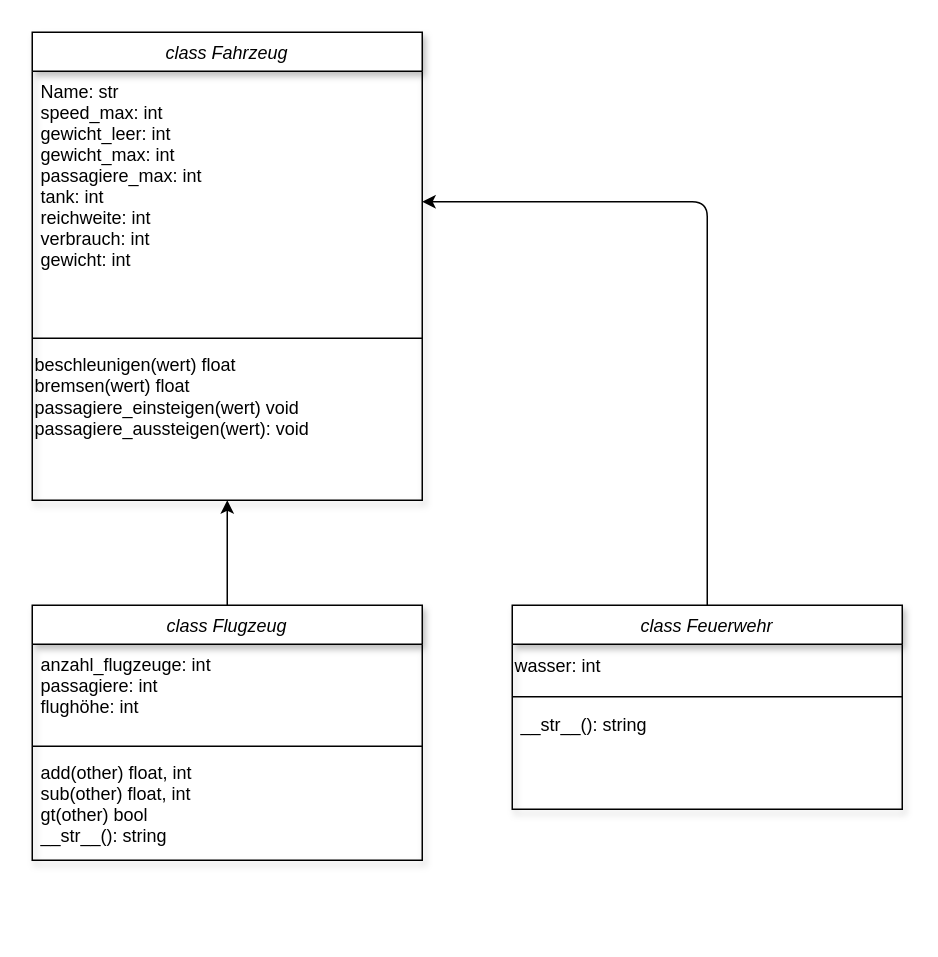
Earlier version of the draw.io diagram page "Flugzeug" (1 of 2) of Klassendiagramm.drawio (sstreichan/ProjektFlugzeug). Source tidied: cells renumbered, new cells numbered last; positions are measured from the earlier drawing's top-left corner, leaving out a move shared by most shapes. Both pictures are drawn from the tidied source at 150%, with x=0, y=0 at pixel (32, 32).
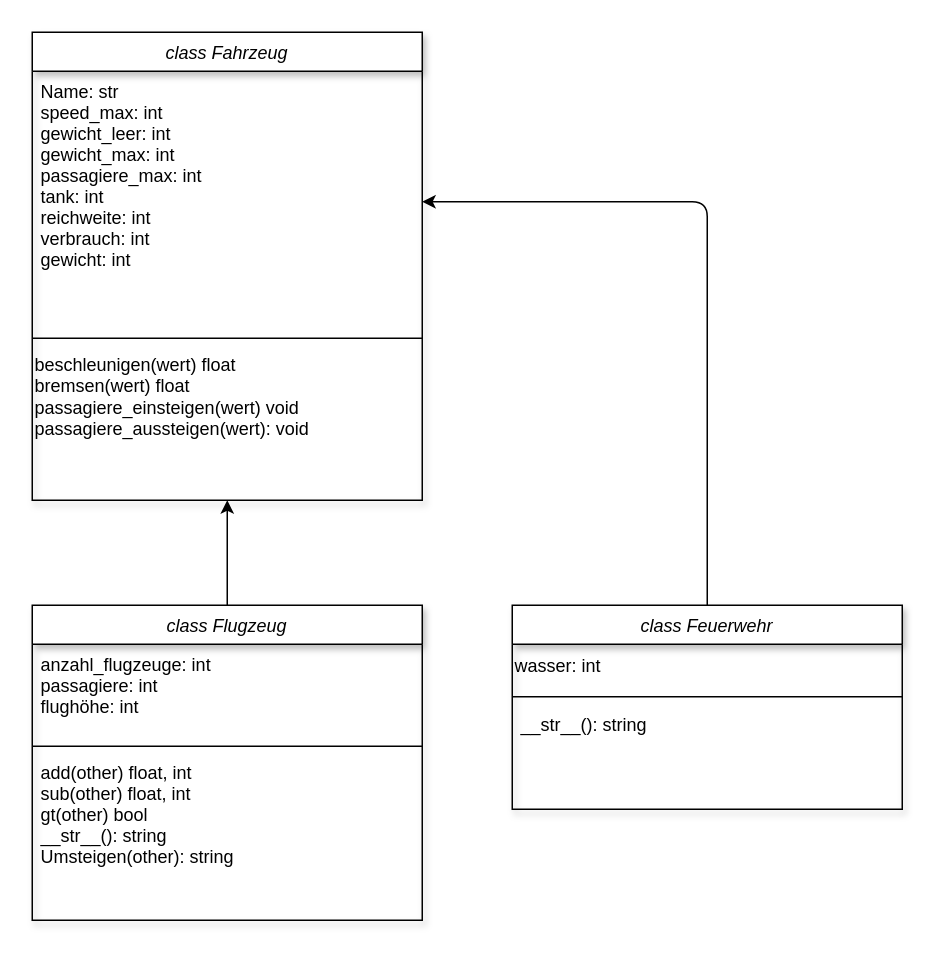
After the change.

Commit message (it also covers changes not shown here):
aussteigen/umsteigen vorbereitet.

What changed in the source:
```diff
@@
 <mxGraphModel>
   <root>
     <mxCell id="0" />
     <mxCell id="1" parent="0" />
     <mxCell id="2" style="edgeStyle=none;html=1;entryX=0.5;entryY=1;entryDx=0;entryDy=0;" parent="1" edge="1" source="3" target="7">
       <mxGeometry relative="1" as="geometry" />
     </mxCell>
     <mxCell id="3" value="class Flugzeug" style="swimlane;fontStyle=2;align=center;verticalAlign=top;horizontal=1;startSize=26;rounded=0;shadow=1;strokeWidth=1;" parent="1" vertex="1">
-      <mxGeometry y="382" width="260" height="170" as="geometry" />
+      <mxGeometry y="382" width="260" height="210" as="geometry" />
     </mxCell>
     <mxCell id="4" value="anzahl_flugzeuge: int&#10;passagiere: int&#10;flughöhe: int&#10;" style="text;align=left;verticalAlign=top;spacingLeft=4;spacingRight=4;overflow=hidden;rounded=0;shadow=0;html=0;" parent="3" vertex="1">
       <mxGeometry y="26" width="260" height="64" as="geometry" />
     </mxCell>
     <mxCell id="5" style="line;html=1;strokeWidth=1;align=left;verticalAlign=middle;spacingTop=-1;spacingLeft=3;spacingRight=3;labelPosition=right;" parent="3" vertex="1">
       <mxGeometry y="90" width="260" height="8" as="geometry" />
     </mxCell>
-    <mxCell id="6" value="add(other) float, int&#10;sub(other) float, int&#10;gt(other) bool&#10;__str__(): string&#10;" style="text;align=left;verticalAlign=top;spacingLeft=4;spacingRight=4;overflow=hidden;" parent="3" vertex="1">
-      <mxGeometry y="98" width="260" height="72" as="geometry" />
+    <mxCell id="6" value="add(other) float, int&#10;sub(other) float, int&#10;gt(other) bool&#10;__str__(): string&#10;Umsteigen(other): string" style="text;align=left;verticalAlign=top;spacingLeft=4;spacingRight=4;overflow=hidden;" parent="3" vertex="1">
+      <mxGeometry y="98" width="260" height="112" as="geometry" />
     </mxCell>
     <mxCell id="7" value="class Fahrzeug" style="swimlane;fontStyle=2;align=center;verticalAlign=top;horizontal=1;startSize=26;rounded=0;shadow=1;strokeWidth=1;" parent="1" vertex="1">
       <mxGeometry width="260" height="312" as="geometry" />
     </mxCell>
     <mxCell id="8" value="Name: str&#10;speed_max: int&#10;gewicht_leer: int&#10;gewicht_max: int&#10;passagiere_max: int&#10;tank: int&#10;reichweite: int&#10;verbrauch: int&#10;gewicht: int" style="text;align=left;verticalAlign=top;spacingLeft=4;spacingRight=4;overflow=hidden;points=[[0,0.5],[1,0.5]];portConstraint=eastwest;rounded=0;shadow=0;html=0;" parent="7" vertex="1">
       <mxGeometry y="26" width="260" height="174" as="geometry" />
     </mxCell>
     <mxCell id="9" style="line;html=1;strokeWidth=1;align=left;verticalAlign=middle;spacingTop=-1;spacingLeft=3;spacingRight=3;labelPosition=right;" parent="7" vertex="1">
       <mxGeometry y="200" width="260" height="8" as="geometry" />
     </mxCell>
     <mxCell id="10" value="&lt;span style=&quot;&quot;&gt;beschleunigen(wert) float&lt;/span&gt;&lt;br style=&quot;padding: 0px; margin: 0px;&quot;&gt;&lt;span style=&quot;&quot;&gt;bremsen(wert) float&lt;/span&gt;&lt;br style=&quot;padding: 0px; margin: 0px;&quot;&gt;&lt;span style=&quot;&quot;&gt;passagiere_einsteigen(wert) void&lt;/span&gt;&lt;br style=&quot;padding: 0px; margin: 0px;&quot;&gt;&lt;span style=&quot;&quot;&gt;passagiere_aussteigen(wert): void&lt;/span&gt;" style="text;html=1;align=left;verticalAlign=middle;strokeColor=none;fillColor=none;" parent="7" vertex="1">
       <mxGeometry y="208" width="260" height="70" as="geometry" />
     </mxCell>
     <mxCell id="11" style="edgeStyle=none;html=1;" parent="1" edge="1" source="12" target="8">
       <mxGeometry relative="1" as="geometry">
         <Array as="points">
           <mxPoint x="450" y="113" />
         </Array>
       </mxGeometry>
     </mxCell>
     <mxCell id="12" value="class Feuerwehr" style="swimlane;fontStyle=2;align=center;verticalAlign=top;horizontal=1;startSize=26;rounded=0;shadow=1;strokeWidth=1;" parent="1" vertex="1">
       <mxGeometry x="320" y="382" width="260" height="136" as="geometry" />
     </mxCell>
     <mxCell id="13" value="wasser: int&lt;br&gt;" style="text;html=1;align=left;verticalAlign=middle;strokeColor=none;fillColor=none;" parent="12" vertex="1">
       <mxGeometry y="26" width="260" height="30" as="geometry" />
     </mxCell>
     <mxCell id="14" style="line;html=1;strokeWidth=1;align=left;verticalAlign=middle;spacingTop=-1;spacingLeft=3;spacingRight=3;labelPosition=right;" parent="12" vertex="1">
       <mxGeometry y="56" width="260" height="10" as="geometry" />
     </mxCell>
     <mxCell id="15" value="__str__(): string&#10;" style="text;align=left;verticalAlign=top;spacingLeft=4;spacingRight=4;overflow=hidden;" parent="12" vertex="1">
       <mxGeometry y="66" width="260" height="70" as="geometry" />
     </mxCell>
   </root>
 </mxGraphModel>
```
